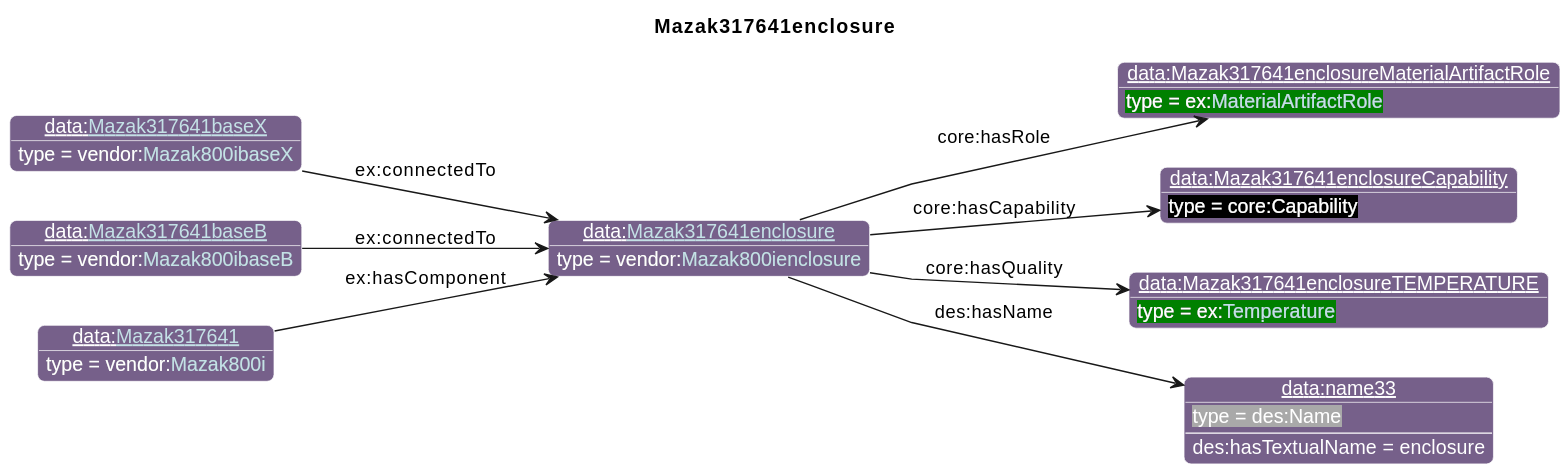
Earlier version of the PlantUML export diagrams/Mazak317641enclosure.svg (iofoundry/example-syseng-mtconnect).
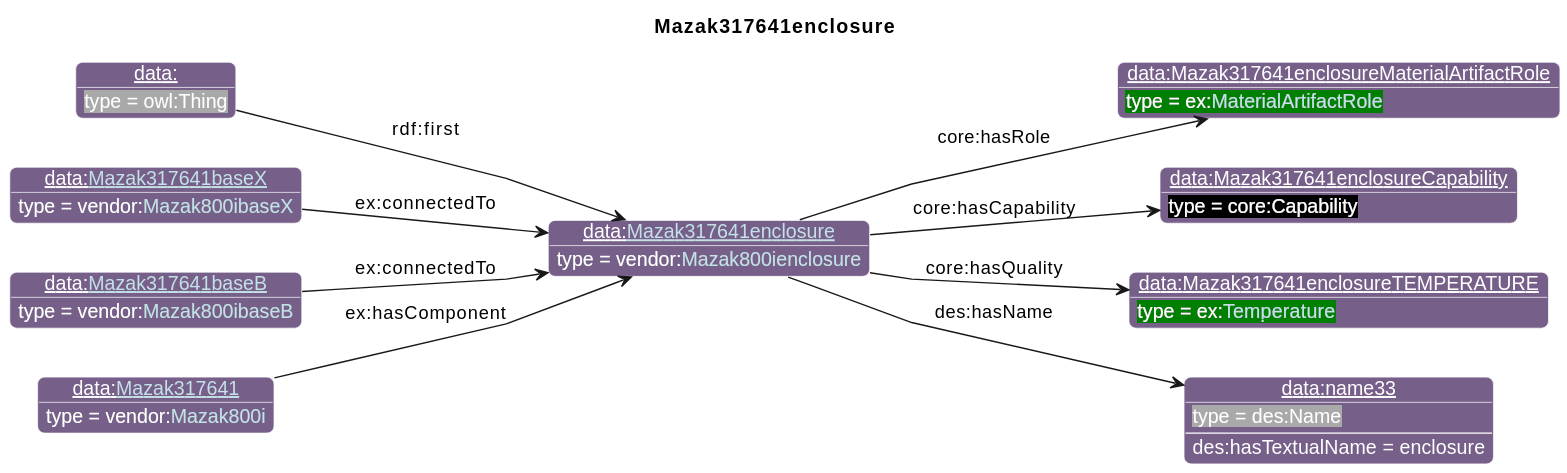
Later version of the same file.

Diff of the diagram source:
```diff
@@ -30,15 +30,17 @@
 individual(o2, data:Mazak317641enclosureCapability, core:Capability)
 individual(o3, data:Mazak317641enclosureTEMPERATURE, ex:[[../Example.html#Temperature Temperature]])
 individual(o4, data:name33, des:Name)
-individual(o5, data:[[./Mazak317641baseX.html Mazak317641baseX]], vendor:[[../Mazak.html#Mazak800ibaseX Mazak800ibaseX]])
-individual(o6, data:[[./Mazak317641baseB.html Mazak317641baseB]], vendor:[[../Mazak.html#Mazak800ibaseB Mazak800ibaseB]])
-individual(o7, data:[[./Mazak317641.html Mazak317641]], vendor:[[../Mazak.html#Mazak800i Mazak800i]])
+individual(o5, data:, owl:Thing)
+individual(o6, data:[[./Mazak317641baseX.html Mazak317641baseX]], vendor:[[../Mazak.html#Mazak800ibaseX Mazak800ibaseX]])
+individual(o7, data:[[./Mazak317641baseB.html Mazak317641baseB]], vendor:[[../Mazak.html#Mazak800ibaseB Mazak800ibaseB]])
+individual(o8, data:[[./Mazak317641.html Mazak317641]], vendor:[[../Mazak.html#Mazak800i Mazak800i]])
 property(o0, "core:hasRole", o1)
 property(o0, "core:hasCapability", o2)
 property(o0, "core:hasQuality", o3)
 property(o0, "des:hasName", o4)
 data(o4, "des:hasTextualName", "enclosure")
-property(o5, "ex:connectedTo", o0)
+property(o5, "rdf:first", o0)
 property(o6, "ex:connectedTo", o0)
-property(o7, "ex:hasComponent", o0)
+property(o7, "ex:connectedTo", o0)
+property(o8, "ex:hasComponent", o0)
 @enduml
```
